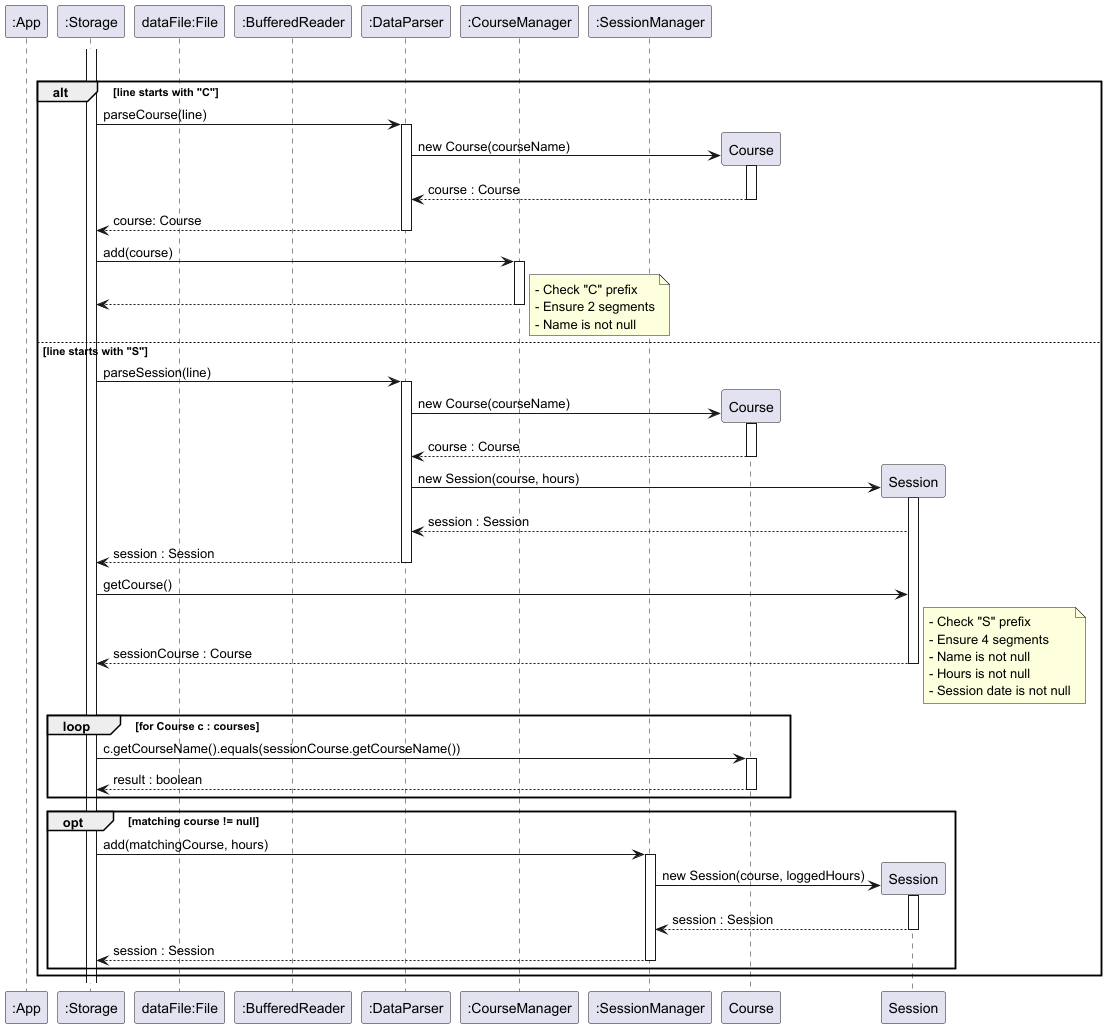
Earlier version of the PlantUML export docs/diagrams/StorageLoadSequenceRefDiagram.png (t-kandasami/tp). Source of this version:
```plantuml
@startuml

participant ":App" as App
participant ":Storage" as Storage

participant "dataFile:File" as File
participant ":BufferedReader" as BR
participant ":DataParser" as Parser
participant ":CourseManager" as CM
participant ":SessionManager" as SM

group sd parsing courses or sessions
    activate Storage

    alt line starts with "C"
        Storage -> Parser: parseCourse(line)
        activate Parser

        Parser -> Course**: new Course(courseName)
        activate Course
        Course --> Parser: course : Course
        deactivate Course

        Parser --> Storage: course: Course
        deactivate Parser

        Storage -> CM: add(course)
        activate CM
        CM --> Storage
        deactivate CM

        note right: - Check "C" prefix\n- Ensure 2 segments\n- Name is not null

    else line starts with "S"

        Storage -> Parser: parseSession(line)
        activate Parser

        Parser -> Course**: new Course(courseName)
        activate Course
        Course --> Parser: course : Course
        deactivate Course

        Parser -> Session**: new Session(course, hours)
        activate Session
        Session --> Parser: session : Session

        Parser --> Storage: session : Session
        deactivate Parser

        Storage -> Session: getCourse()
        Session --> Storage: sessionCourse : Course
        deactivate Session

 note right:- Check "S" prefix\n- Ensure 4 segments\n- Name is not null\n- Hours is not null\n- Session date is not null

        loop for Course c : courses

        Storage -> Course: c.getCourseName().equals(sessionCourse.getCourseName())
        activate Course
        Course --> Storage: result : boolean
        deactivate Course

        end

        opt matching course != null
            Storage -> SM: add(matchingCourse, hours)
            activate SM
            SM -> Session**: new Session(course, loggedHours)
            activate Session
            Session --> SM: session : Session
            deactivate Session
            SM --> Storage: session : Session
            deactivate SM
        end
    end
@enduml
```
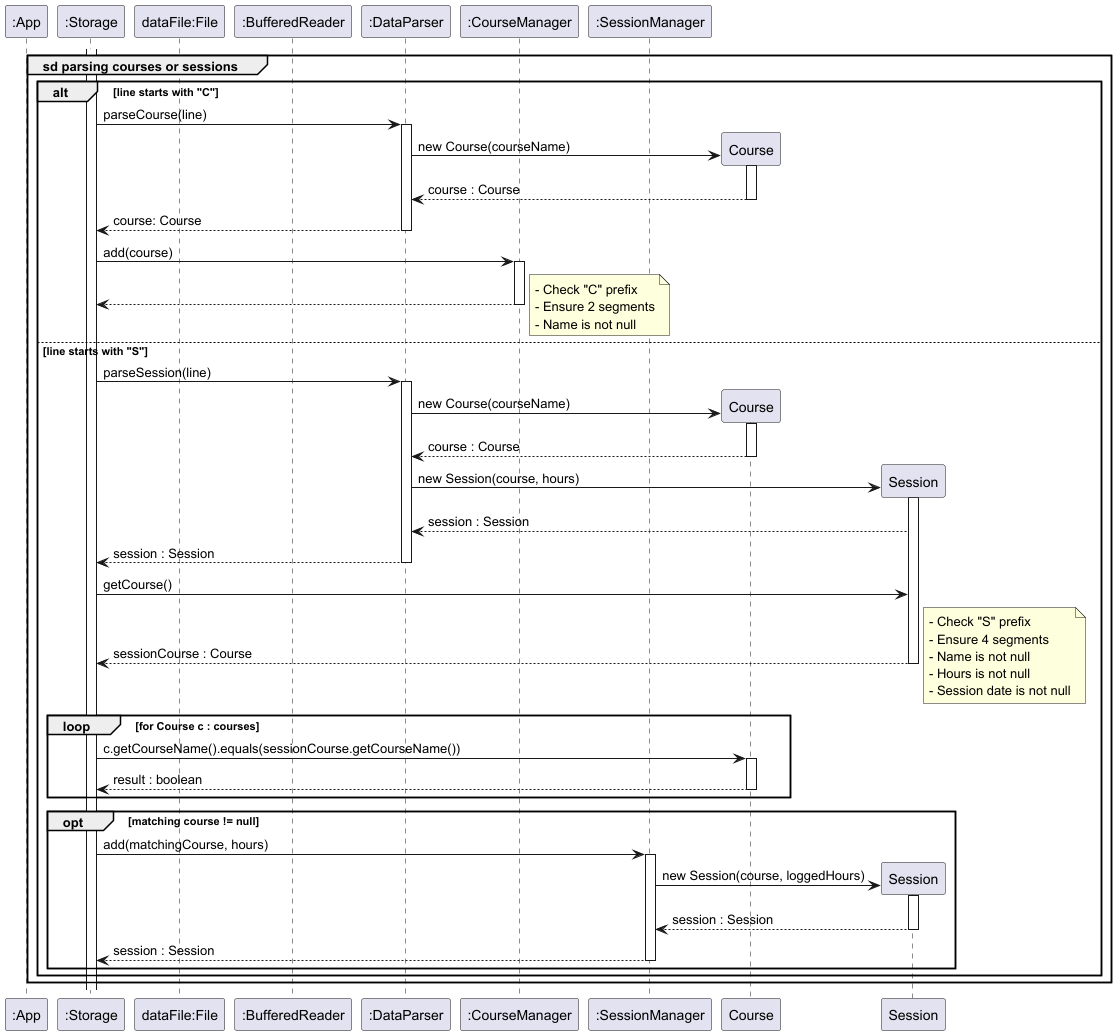
After the commit.

Commit message:
fix: Update newly generated storage load sequence diagram

What changed in the source:
```diff
@@ -74,4 +74,6 @@
             deactivate SM
         end
     end
+end
+
 @enduml
```
